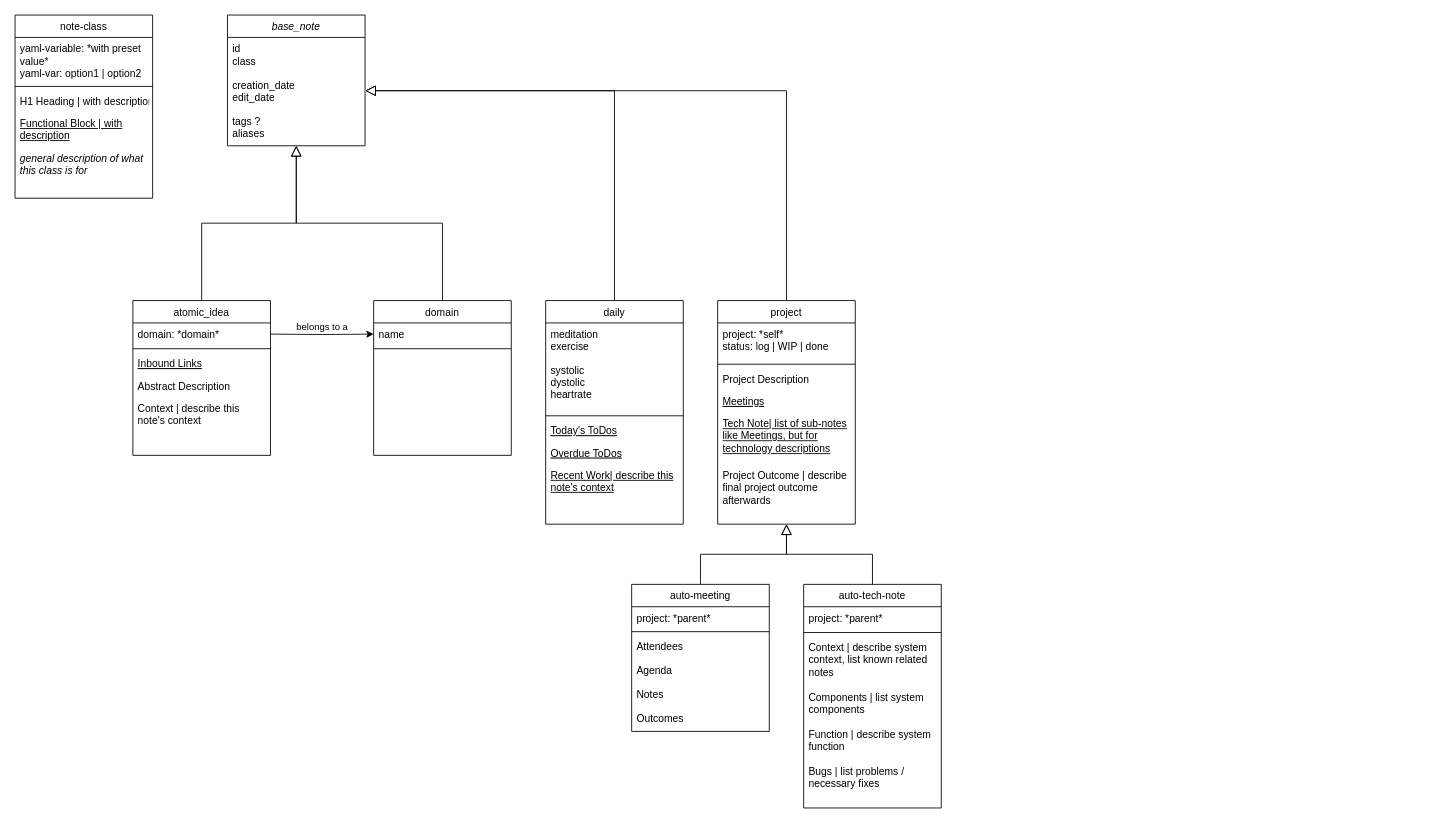
The draw.io diagram OOPKM_Class-Diag_rovi_v1.drawio in jaltgen/obsidian-meeting-workflow, before the edit. Source tidied: cells renumbered, new cells numbered last; positions are measured from the earlier drawing's top-left corner, leaving out a move shared by most shapes. Both pictures are drawn from the tidied source at 86%, with x=0, y=0 at pixel (15, 15).
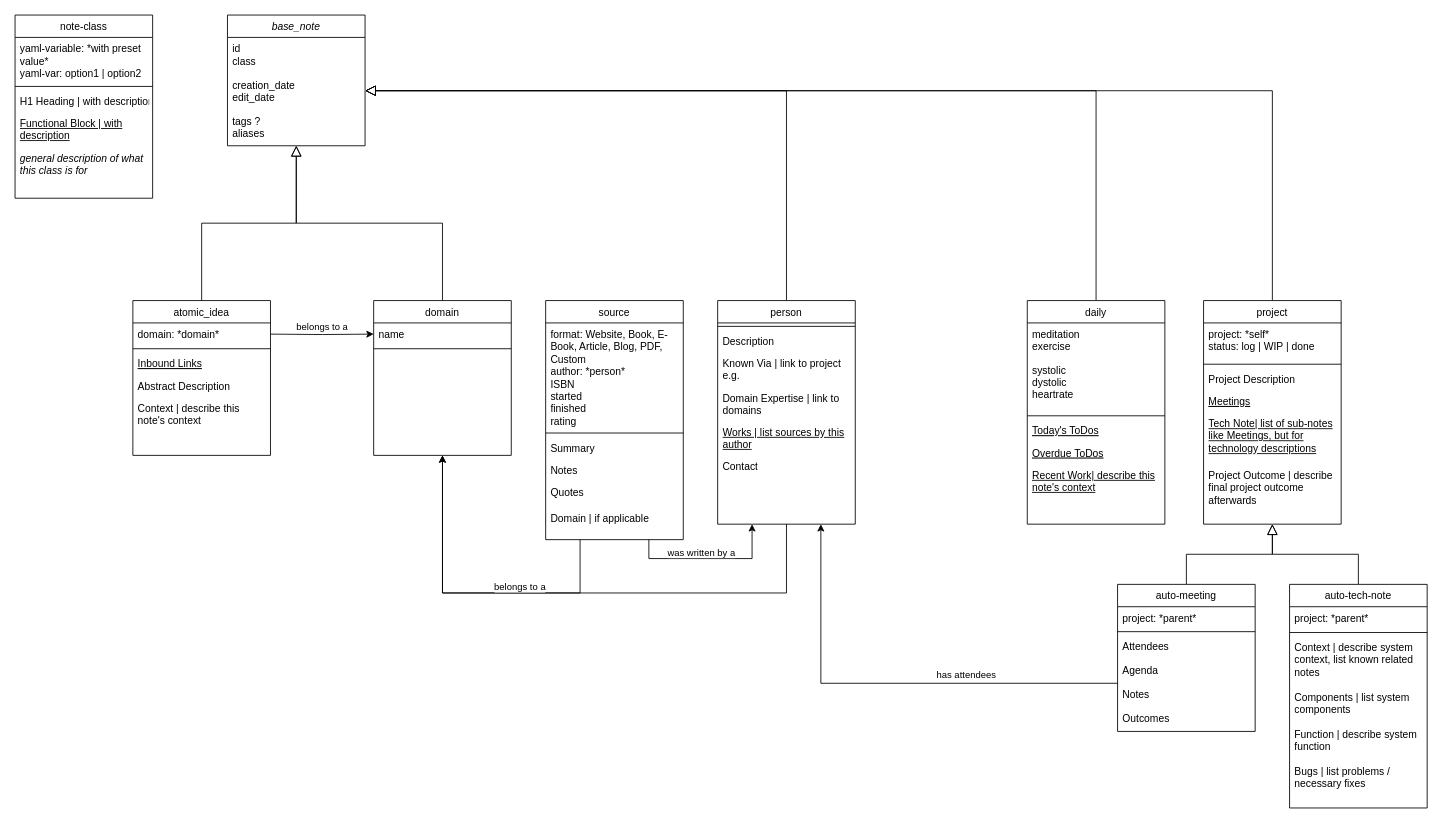
The same page after the edit.

Commit message:
added authoring system

Unchanged cells that the change refers to:
```xml
<mxCell id="3" value="id&#10;class&#10;&#10;creation_date&#10;edit_date&#10;&#10;tags ?&#10;aliases&#10;" style="text;align=left;verticalAlign=top;spacingLeft=4;spacingRight=4;overflow=hidden;points=[[0,0.5],[1,0.5]];portConstraint=eastwest;strokeColor=none;" parent="2" vertex="1">
  <mxGeometry y="26" width="160" height="124" as="geometry" />
</mxCell>
<mxCell id="11" value="domain" style="swimlane;fontStyle=0;align=center;verticalAlign=top;horizontal=1;startSize=26;rounded=0;shadow=0;strokeWidth=1;" parent="1" vertex="1">
  <mxGeometry x="417" y="332" width="160" height="180" as="geometry" />
</mxCell>
<mxCell id="36" value="Attendees&#10;&#10;Agenda&#10;&#10;Notes&#10;&#10;Outcomes" style="text;align=left;verticalAlign=top;spacingLeft=4;spacingRight=4;overflow=hidden;points=[[0,0.5],[1,0.5]];portConstraint=eastwest;fontStyle=0;" parent="33" vertex="1">
  <mxGeometry y="59" width="160" height="112" as="geometry" />
</mxCell>
```

Diff of the diagram source:
```diff
@@
     <mxCell id="18" value="daily" style="swimlane;fontStyle=0;align=center;verticalAlign=top;horizontal=1;startSize=26;rounded=0;shadow=0;strokeWidth=1;" parent="1" vertex="1">
-      <mxGeometry x="617" y="332" width="160" height="260" as="geometry" />
+      <mxGeometry x="1177" y="332" width="160" height="260" as="geometry" />
     </mxCell>
@@
     <mxCell id="25" value="project" style="swimlane;fontStyle=0;align=center;verticalAlign=top;horizontal=1;startSize=26;rounded=0;shadow=0;strokeWidth=1;" parent="1" vertex="1">
-      <mxGeometry x="817" y="332" width="160" height="260" as="geometry" />
+      <mxGeometry x="1382" y="332" width="160" height="260" as="geometry" />
     </mxCell>
@@
     <mxCell id="33" value="auto-meeting" style="swimlane;fontStyle=0;align=center;verticalAlign=top;horizontal=1;startSize=26;rounded=0;shadow=0;strokeWidth=1;" parent="1" vertex="1">
-      <mxGeometry x="717" y="662" width="160" height="171" as="geometry" />
+      <mxGeometry x="1282" y="662" width="160" height="171" as="geometry" />
     </mxCell>
@@
     <mxCell id="38" value="auto-tech-note" style="swimlane;fontStyle=0;align=center;verticalAlign=top;horizontal=1;startSize=26;rounded=0;shadow=0;strokeWidth=1;" parent="1" vertex="1">
-      <mxGeometry x="917" y="662" width="160" height="260" as="geometry" />
+      <mxGeometry x="1482" y="662" width="160" height="260" as="geometry" />
     </mxCell>
@@
+    <mxCell id="48" style="edgeStyle=orthogonalEdgeStyle;rounded=0;jettySize=auto;html=1;exitX=0.5;exitY=0;exitDx=0;exitDy=0;entryX=1;entryY=0.5;entryDx=0;entryDy=0;endArrow=block;endSize=10;endFill=0;shadow=0;strokeWidth=1;" parent="1" edge="1" source="50" target="3">
+      <mxGeometry relative="1" as="geometry" />
+    </mxCell>
+    <mxCell id="49" style="edgeStyle=orthogonalEdgeStyle;rounded=0;jettySize=auto;html=1;exitX=0.5;exitY=1;exitDx=0;exitDy=0;entryX=0.5;entryY=1;entryDx=0;entryDy=0;" parent="1" edge="1" source="50" target="11">
+      <mxGeometry relative="1" as="geometry">
+        <Array as="points">
+          <mxPoint x="897" y="672" />
+          <mxPoint x="497" y="672" />
+        </Array>
+      </mxGeometry>
+    </mxCell>
+    <mxCell id="50" value="person" style="swimlane;fontStyle=0;align=center;verticalAlign=top;horizontal=1;startSize=26;rounded=0;shadow=0;strokeWidth=1;" parent="1" vertex="1">
+      <mxGeometry x="817" y="332" width="160" height="260" as="geometry" />
+    </mxCell>
+    <mxCell id="51" style="line;html=1;strokeWidth=1;align=left;verticalAlign=middle;spacingTop=-1;spacingLeft=3;spacingRight=3;labelPosition=right;" parent="50" vertex="1">
+      <mxGeometry y="26" width="160" height="8" as="geometry" />
+    </mxCell>
+    <mxCell id="52" value="Description" style="text;align=left;verticalAlign=top;spacingLeft=4;spacingRight=4;overflow=hidden;fontStyle=0;" parent="50" vertex="1">
+      <mxGeometry y="34" width="160" height="26" as="geometry" />
+    </mxCell>
+    <mxCell id="53" value="Known Via | link to project e.g." style="text;align=left;verticalAlign=top;spacingLeft=4;spacingRight=4;overflow=hidden;fontStyle=0;whiteSpace=wrap;" parent="50" vertex="1">
+      <mxGeometry y="60" width="160" height="40" as="geometry" />
+    </mxCell>
+    <mxCell id="54" value="Domain Expertise | link to domains" style="text;align=left;verticalAlign=top;spacingLeft=4;spacingRight=4;overflow=hidden;fontStyle=0;whiteSpace=wrap;" parent="50" vertex="1">
+      <mxGeometry y="100" width="160" height="40" as="geometry" />
+    </mxCell>
+    <mxCell id="55" value="Works | list sources by this author" style="text;align=left;verticalAlign=top;spacingLeft=4;spacingRight=4;overflow=hidden;fontStyle=4;whiteSpace=wrap;" parent="50" vertex="1">
+      <mxGeometry y="140" width="160" height="40" as="geometry" />
+    </mxCell>
+    <mxCell id="56" value="Contact" style="text;align=left;verticalAlign=top;spacingLeft=4;spacingRight=4;overflow=hidden;fontStyle=0;whiteSpace=wrap;" parent="50" vertex="1">
+      <mxGeometry y="180" width="160" height="40" as="geometry" />
+    </mxCell>
+    <mxCell id="57" style="edgeStyle=orthogonalEdgeStyle;rounded=0;jettySize=auto;html=1;exitX=0;exitY=0.5;exitDx=0;exitDy=0;entryX=0.75;entryY=1;entryDx=0;entryDy=0;" parent="1" edge="1" source="36" target="50">
+      <mxGeometry relative="1" as="geometry" />
+    </mxCell>
+    <mxCell id="58" value="has attendees" style="edgeLabel;html=1;align=center;verticalAlign=middle;" parent="57" vertex="1">
+      <mxGeometry x="0.08" y="1" relative="1" as="geometry">
+        <mxPoint x="109" y="-12" as="offset" />
+      </mxGeometry>
+    </mxCell>
+    <mxCell id="59" style="edgeStyle=orthogonalEdgeStyle;rounded=0;jettySize=auto;html=1;exitX=0.75;exitY=1;exitDx=0;exitDy=0;jumpStyle=gap;" parent="1" edge="1" source="63">
+      <mxGeometry relative="1" as="geometry">
+        <mxPoint x="857" y="592" as="targetPoint" />
+        <Array as="points">
+          <mxPoint x="737" y="632" />
+          <mxPoint x="857" y="632" />
+          <mxPoint x="857" y="592" />
+        </Array>
+      </mxGeometry>
+    </mxCell>
+    <mxCell id="60" value="was written by a" style="edgeLabel;html=1;align=center;verticalAlign=middle;" parent="59" vertex="1">
+      <mxGeometry x="0.11" y="-1" relative="1" as="geometry">
+        <mxPoint x="-19" y="-9" as="offset" />
+      </mxGeometry>
+    </mxCell>
+    <mxCell id="61" style="edgeStyle=orthogonalEdgeStyle;rounded=0;jettySize=auto;html=1;exitX=0.25;exitY=1;exitDx=0;exitDy=0;entryX=0.5;entryY=1;entryDx=0;entryDy=0;" parent="1" edge="1" source="63" target="11">
+      <mxGeometry relative="1" as="geometry">
+        <Array as="points">
+          <mxPoint x="657" y="672" />
+          <mxPoint x="497" y="672" />
+        </Array>
+      </mxGeometry>
+    </mxCell>
+    <mxCell id="62" value="belongs to a" style="edgeLabel;html=1;align=center;verticalAlign=middle;" parent="61" vertex="1">
+      <mxGeometry x="-0.22" y="-1" relative="1" as="geometry">
+        <mxPoint x="16" y="-7" as="offset" />
+      </mxGeometry>
+    </mxCell>
+    <mxCell id="63" value="source" style="swimlane;fontStyle=0;align=center;verticalAlign=top;horizontal=1;startSize=26;rounded=0;shadow=0;strokeWidth=1;" parent="1" vertex="1">
+      <mxGeometry x="617" y="332" width="160" height="278" as="geometry" />
+    </mxCell>
+    <mxCell id="64" value="format: Website, Book, E-Book, Article, Blog, PDF, Custom&#10;author: *person*&#10;ISBN&#10;started&#10;finished&#10;rating&#10;" style="text;align=left;verticalAlign=top;spacingLeft=4;spacingRight=4;overflow=hidden;whiteSpace=wrap;" parent="63" vertex="1">
+      <mxGeometry y="26" width="160" height="124" as="geometry" />
+    </mxCell>
+    <mxCell id="65" style="line;html=1;strokeWidth=1;align=left;verticalAlign=middle;spacingTop=-1;spacingLeft=3;spacingRight=3;labelPosition=right;" parent="63" vertex="1">
+      <mxGeometry y="150" width="160" height="8" as="geometry" />
+    </mxCell>
+    <mxCell id="66" value="Summary" style="text;align=left;verticalAlign=top;spacingLeft=4;spacingRight=4;overflow=hidden;fontStyle=0;" parent="63" vertex="1">
+      <mxGeometry y="158" width="160" height="26" as="geometry" />
+    </mxCell>
+    <mxCell id="67" value="Notes" style="text;align=left;verticalAlign=top;spacingLeft=4;spacingRight=4;overflow=hidden;fontStyle=0;" parent="63" vertex="1">
+      <mxGeometry y="184" width="160" height="26" as="geometry" />
+    </mxCell>
+    <mxCell id="68" value="Quotes" style="text;align=left;verticalAlign=top;spacingLeft=4;spacingRight=4;overflow=hidden;fontStyle=0;whiteSpace=wrap;" parent="63" vertex="1">
+      <mxGeometry y="210" width="160" height="30" as="geometry" />
+    </mxCell>
+    <mxCell id="69" value="Domain | if applicable" style="text;align=left;verticalAlign=top;spacingLeft=4;spacingRight=4;overflow=hidden;fontStyle=0;" parent="63" vertex="1">
+      <mxGeometry y="240" width="160" height="26" as="geometry" />
+    </mxCell>
```
